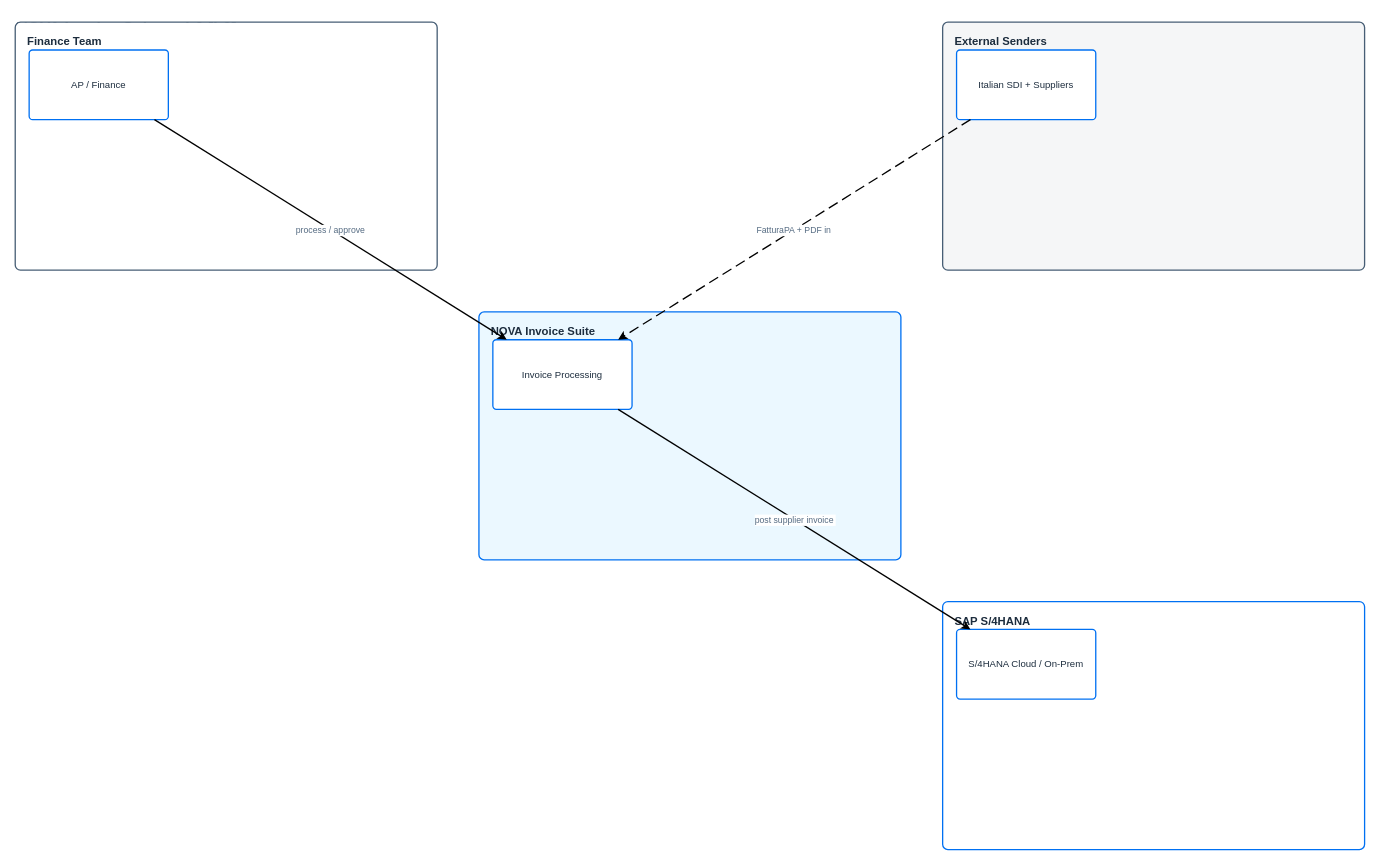
The draw.io diagram demo/nova/nova-L0.drawio in Raistlin82/sap-diagrams-pro, before the edit. Source tidied: cells renumbered, new cells numbered last; positions are measured from the earlier drawing's top-left corner, leaving out a move shared by most shapes. Both pictures are drawn from the tidied source at 87%, with x=0, y=0 at pixel (15, 15).
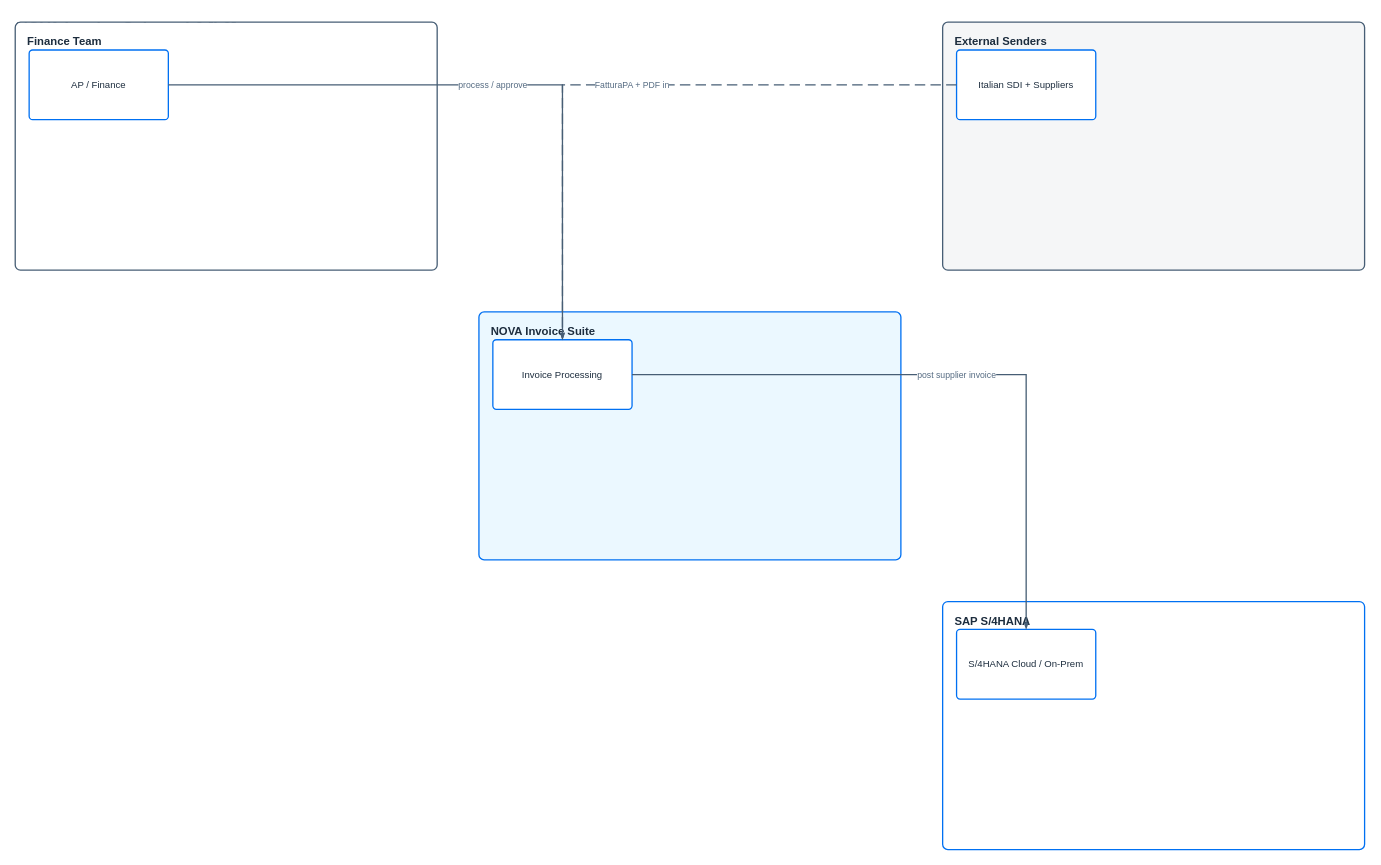
Above is the later version.

The edit, as a diff of the source:
```diff
@@
 <mxGraphModel>
   <root>
     <mxCell id="0" />
     <mxCell id="1" parent="0" />
     <mxCell id="2" value="NOVA Invoice Suite — L0 [L0]" style="text;html=1;align=left;verticalAlign=middle;fontColor=#1D2D3E;fontSize=18;fontStyle=1;" parent="1" vertex="1">
       <mxGeometry width="800" height="32" as="geometry" />
     </mxCell>
     <mxCell id="3" value="Finance Team" style="rounded=1;whiteSpace=wrap;html=1;strokeColor=#475E75;fillColor=#FFFFFF;arcSize=12;absoluteArcSize=1;strokeWidth=1.5;verticalAlign=top;align=left;fontColor=#1D2D3E;fontStyle=1;fontSize=13;spacingLeft=12;spacingTop=8;" parent="1" vertex="1">
       <mxGeometry y="8" width="485" height="285" as="geometry" />
     </mxCell>
     <mxCell id="4" value="External Senders" style="rounded=1;whiteSpace=wrap;html=1;strokeColor=#475E75;fillColor=#F5F6F7;arcSize=12;absoluteArcSize=1;strokeWidth=1.5;verticalAlign=top;align=left;fontColor=#1D2D3E;fontStyle=1;fontSize=13;spacingLeft=12;spacingTop=8;" parent="1" vertex="1">
       <mxGeometry x="1066" y="8" width="485" height="285" as="geometry" />
     </mxCell>
     <mxCell id="5" value="NOVA Invoice Suite" style="rounded=1;whiteSpace=wrap;html=1;strokeColor=#0070F2;fillColor=#EBF8FF;arcSize=12;absoluteArcSize=1;strokeWidth=1.5;verticalAlign=top;align=left;fontColor=#1D2D3E;fontStyle=1;fontSize=13;spacingLeft=12;spacingTop=8;" parent="1" vertex="1">
       <mxGeometry x="533" y="341" width="485" height="285" as="geometry" />
     </mxCell>
     <mxCell id="6" value="SAP S/4HANA" style="rounded=1;whiteSpace=wrap;html=1;strokeColor=#0070F2;fillColor=#FFFFFF;arcSize=12;absoluteArcSize=1;strokeWidth=1.5;verticalAlign=top;align=left;fontColor=#1D2D3E;fontStyle=1;fontSize=13;spacingLeft=12;spacingTop=8;" parent="1" vertex="1">
       <mxGeometry x="1066" y="674" width="485" height="285" as="geometry" />
     </mxCell>
     <mxCell id="7" value="AP / Finance" style="rounded=1;whiteSpace=wrap;html=1;strokeColor=#0070F2;fillColor=#FFFFFF;arcSize=8;absoluteArcSize=1;strokeWidth=1.5;fontColor=#1D2D3E;fontSize=11;align=center;verticalAlign=middle;" parent="1" vertex="1">
       <mxGeometry x="16" y="40" width="160" height="80" as="geometry" />
     </mxCell>
     <mxCell id="8" value="Italian SDI + Suppliers" style="rounded=1;whiteSpace=wrap;html=1;strokeColor=#0070F2;fillColor=#FFFFFF;arcSize=8;absoluteArcSize=1;strokeWidth=1.5;fontColor=#1D2D3E;fontSize=11;align=center;verticalAlign=middle;" parent="1" vertex="1">
       <mxGeometry x="1082" y="40" width="160" height="80" as="geometry" />
     </mxCell>
     <mxCell id="9" value="Invoice Processing" style="rounded=1;whiteSpace=wrap;html=1;strokeColor=#0070F2;fillColor=#FFFFFF;arcSize=8;absoluteArcSize=1;strokeWidth=1.5;fontColor=#1D2D3E;fontSize=11;align=center;verticalAlign=middle;" parent="1" vertex="1">
       <mxGeometry x="549" y="373" width="160" height="80" as="geometry" />
     </mxCell>
     <mxCell id="10" value="S/4HANA Cloud / On-Prem" style="rounded=1;whiteSpace=wrap;html=1;strokeColor=#0070F2;fillColor=#FFFFFF;arcSize=8;absoluteArcSize=1;strokeWidth=1.5;fontColor=#1D2D3E;fontSize=11;align=center;verticalAlign=middle;" parent="1" vertex="1">
       <mxGeometry x="1082" y="706" width="160" height="80" as="geometry" />
     </mxCell>
-    <mxCell id="11" value="FatturaPA + PDF in" style="endArrow=classic;startArrow=none;dashed=1;dashPattern=8 4;strokeWidth=1.5;fontSize=10;fontColor=#556B82;" parent="1" edge="1" source="8" target="9">
+    <mxCell id="11" value="FatturaPA + PDF in" style="edgeStyle=orthogonalEdgeStyle;rounded=0;jettySize=auto;html=1;endArrow=blockThin;endFill=1;endSize=4;startSize=4;strokeColor=#475E75;strokeWidth=1.5;dashed=1;dashPattern=8 4;fontSize=10;fontColor=#556B82;labelBackgroundColor=#FFFFFF;" parent="1" edge="1" source="8" target="9">
       <mxGeometry relative="1" as="geometry" />
     </mxCell>
-    <mxCell id="12" value="process / approve" style="endArrow=classic;startArrow=none;dashed=0;strokeWidth=1.5;fontSize=10;fontColor=#556B82;" parent="1" edge="1" source="7" target="9">
+    <mxCell id="12" value="process / approve" style="edgeStyle=orthogonalEdgeStyle;rounded=0;jettySize=auto;html=1;endArrow=blockThin;endFill=1;endSize=4;startSize=4;strokeColor=#475E75;strokeWidth=1.5;dashed=0;fontSize=10;fontColor=#556B82;labelBackgroundColor=#FFFFFF;" parent="1" edge="1" source="7" target="9">
       <mxGeometry relative="1" as="geometry" />
     </mxCell>
-    <mxCell id="13" value="post supplier invoice" style="endArrow=classic;startArrow=none;dashed=0;strokeWidth=1.5;fontSize=10;fontColor=#556B82;" parent="1" edge="1" source="9" target="10">
+    <mxCell id="13" value="post supplier invoice" style="edgeStyle=orthogonalEdgeStyle;rounded=0;jettySize=auto;html=1;endArrow=blockThin;endFill=1;endSize=4;startSize=4;strokeColor=#475E75;strokeWidth=1.5;dashed=0;fontSize=10;fontColor=#556B82;labelBackgroundColor=#FFFFFF;" parent="1" edge="1" source="9" target="10">
       <mxGeometry relative="1" as="geometry" />
     </mxCell>
   </root>
 </mxGraphModel>
```
